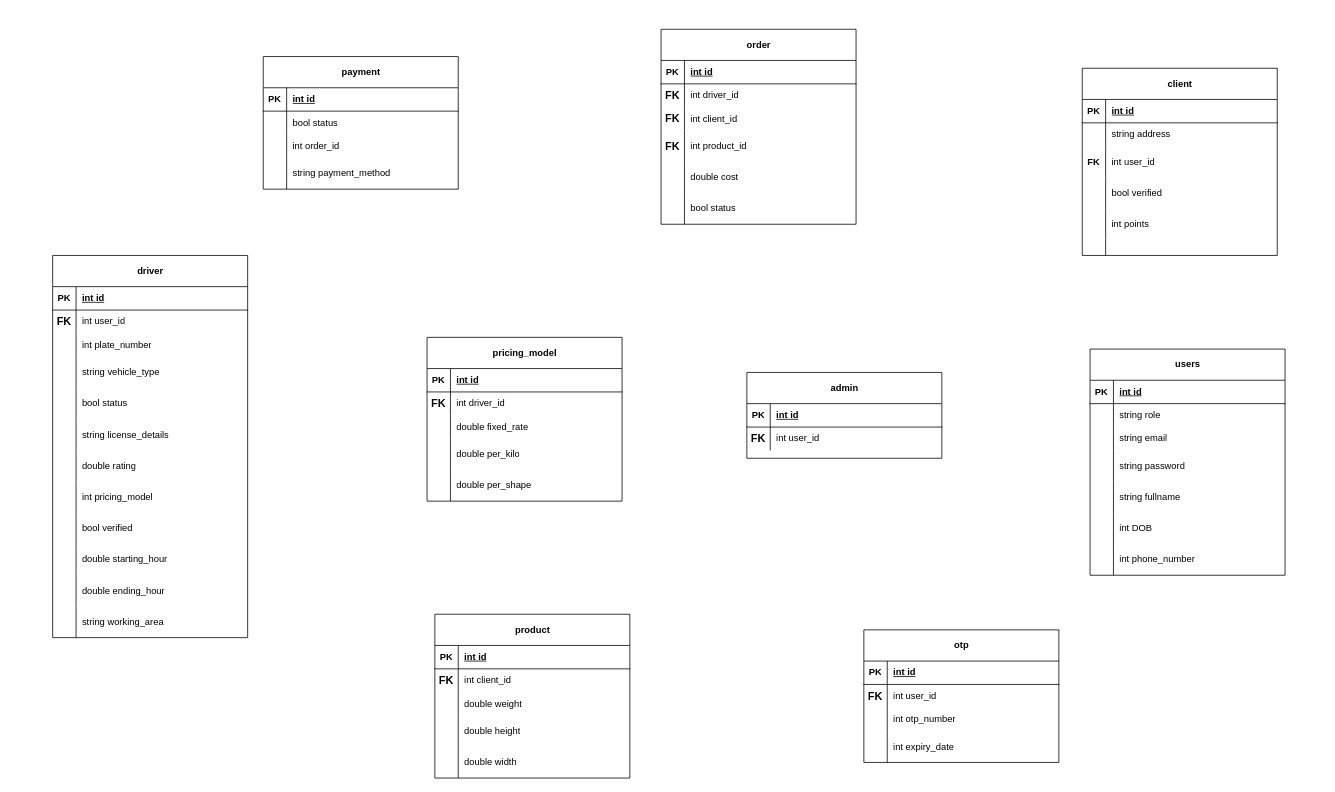
Above: delivery-web.drawio in ahmed-alarab/web-development-2 (draw.io), before the change. Source tidied: cells renumbered, new cells numbered last; positions are measured from the earlier drawing's top-left corner, leaving out a move shared by most shapes. Both pictures are drawn from the tidied source at 78%, with x=0, y=0 at pixel (52, 29).
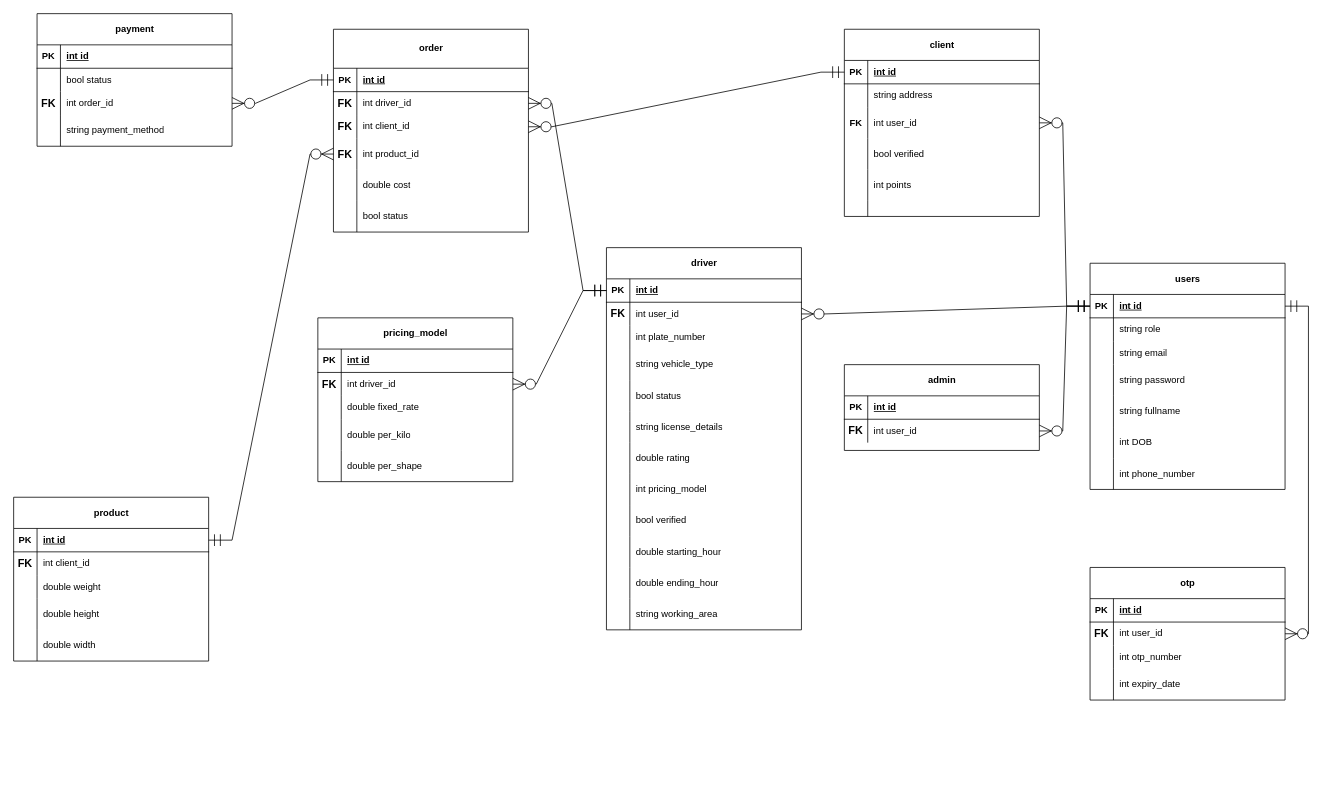
Above is the later version.

The change refers to these unchanged cells:
```xml
<mxCell id="6" style="shape=tableRow;horizontal=0;startSize=0;swimlaneHead=0;swimlaneBody=0;fillColor=none;points=[[0,0.5],[1,0.5]];portConstraint=eastwest;top=0;left=0;right=0;bottom=0;" parent="2" vertex="1">
  <mxGeometry y="70" width="250" height="30" as="geometry" />
</mxCell>
<mxCell id="25" style="shape=tableRow;horizontal=0;startSize=0;swimlaneHead=0;swimlaneBody=0;fillColor=none;points=[[0,0.5],[1,0.5]];portConstraint=eastwest;top=0;left=0;right=0;bottom=0;" parent="18" vertex="1">
  <mxGeometry y="100" width="250" height="30" as="geometry" />
</mxCell>
<mxCell id="32" style="shape=tableRow;horizontal=0;startSize=0;swimlaneHead=0;swimlaneBody=0;fillColor=none;points=[[0,0.5],[1,0.5]];portConstraint=eastwest;top=0;left=0;right=0;bottom=1;" parent="31" vertex="1">
  <mxGeometry y="40" width="250" height="30" as="geometry" />
</mxCell>
<mxCell id="38" style="shape=tableRow;horizontal=0;startSize=0;swimlaneHead=0;swimlaneBody=0;fillColor=none;points=[[0,0.5],[1,0.5]];portConstraint=eastwest;top=0;left=0;right=0;bottom=0;" parent="31" vertex="1">
  <mxGeometry y="100" width="250" height="40" as="geometry" />
</mxCell>
<mxCell id="51" style="shape=tableRow;horizontal=0;startSize=0;swimlaneHead=0;swimlaneBody=0;fillColor=none;points=[[0,0.5],[1,0.5]];portConstraint=eastwest;top=0;left=0;right=0;bottom=1;" parent="50" vertex="1">
  <mxGeometry y="40" width="250" height="30" as="geometry" />
</mxCell>
<mxCell id="54" style="shape=tableRow;horizontal=0;startSize=0;swimlaneHead=0;swimlaneBody=0;fillColor=none;points=[[0,0.5],[1,0.5]];portConstraint=eastwest;top=0;left=0;right=0;bottom=0;" parent="50" vertex="1">
  <mxGeometry y="70" width="250" height="30" as="geometry" />
</mxCell>
<mxCell id="110" style="shape=tableRow;horizontal=0;startSize=0;swimlaneHead=0;swimlaneBody=0;fillColor=none;points=[[0,0.5],[1,0.5]];portConstraint=eastwest;top=0;left=0;right=0;bottom=0;" parent="106" vertex="1">
  <mxGeometry y="70" width="250" height="30" as="geometry" />
</mxCell>
<mxCell id="114" style="shape=tableRow;horizontal=0;startSize=0;swimlaneHead=0;swimlaneBody=0;fillColor=none;points=[[0,0.5],[1,0.5]];portConstraint=eastwest;top=0;left=0;right=0;bottom=1;" parent="113" vertex="1">
  <mxGeometry y="40" width="250" height="30" as="geometry" />
</mxCell>
<mxCell id="136" style="shape=tableRow;horizontal=0;startSize=0;swimlaneHead=0;swimlaneBody=0;fillColor=none;points=[[0,0.5],[1,0.5]];portConstraint=eastwest;top=0;left=0;right=0;bottom=1;" parent="135" vertex="1">
  <mxGeometry y="40" width="250" height="30" as="geometry" />
</mxCell>
<mxCell id="155" style="shape=tableRow;horizontal=0;startSize=0;swimlaneHead=0;swimlaneBody=0;fillColor=none;points=[[0,0.5],[1,0.5]];portConstraint=eastwest;top=0;left=0;right=0;bottom=0;" parent="151" vertex="1">
  <mxGeometry y="70" width="250" height="30" as="geometry" />
</mxCell>
```

Diff of the diagram source:
```diff
@@
     <mxCell id="2" value="pricing_model" style="shape=table;startSize=40;childLayout=tableLayout;rowLines=0;fontStyle=1;align=center;html=1;" parent="1" vertex="1">
-      <mxGeometry x="480" y="395" width="250" height="210" as="geometry" />
+      <mxGeometry x="340" y="370" width="250" height="210" as="geometry" />
     </mxCell>
@@
     <mxCell id="18" value="payment" style="shape=table;startSize=40;childLayout=tableLayout;rowLines=0;fontStyle=1;align=center;html=1;" parent="1" vertex="1">
-      <mxGeometry x="270" y="35" width="250" height="170" as="geometry" />
+      <mxGeometry x="-20" y="-20" width="250" height="170" as="geometry" />
     </mxCell>
@@
-    <mxCell id="26" style="shape=partialRectangle;fillColor=none;top=0;left=0;bottom=0;right=0;overflow=hidden;whiteSpace=wrap;html=1;" parent="25" vertex="1">
+    <mxCell id="26" value="&lt;font style=&quot;font-size: 14px;&quot;&gt;&lt;b&gt;FK&lt;/b&gt;&lt;/font&gt;" style="shape=partialRectangle;fillColor=none;top=0;left=0;bottom=0;right=0;overflow=hidden;whiteSpace=wrap;html=1;" parent="25" vertex="1">
       <mxGeometry width="30" height="30" as="geometry" />
     </mxCell>
@@
     <mxCell id="31" value="client" style="shape=table;startSize=40;childLayout=tableLayout;rowLines=0;fontStyle=1;align=center;html=1;" parent="1" vertex="1">
-      <mxGeometry x="1320" y="50" width="250" height="240" as="geometry" />
+      <mxGeometry x="1015" width="250" height="240" as="geometry" />
     </mxCell>
@@
     <mxCell id="50" value="driver" style="shape=table;startSize=40;childLayout=tableLayout;rowLines=0;fontStyle=1;align=center;html=1;" parent="1" vertex="1">
-      <mxGeometry y="290" width="250" height="490" as="geometry" />
+      <mxGeometry x="710" y="280" width="250" height="490" as="geometry" />
     </mxCell>
@@
-    <mxCell id="87" value="order" style="shape=table;startSize=40;childLayout=tableLayout;rowLines=0;fontStyle=1;align=center;html=1;" parent="1" vertex="1">
-      <mxGeometry x="780" width="250" height="250" as="geometry" />
+    <mxCell id="87" value="order" style="shape=table;startSize=50;childLayout=tableLayout;rowLines=0;fontStyle=1;align=center;html=1;" parent="1" vertex="1">
+      <mxGeometry x="360" width="250" height="260" as="geometry" />
     </mxCell>
     <mxCell id="88" style="shape=tableRow;horizontal=0;startSize=0;swimlaneHead=0;swimlaneBody=0;fillColor=none;points=[[0,0.5],[1,0.5]];portConstraint=eastwest;top=0;left=0;right=0;bottom=1;" parent="87" vertex="1">
-      <mxGeometry y="40" width="250" height="30" as="geometry" />
+      <mxGeometry y="50" width="250" height="30" as="geometry" />
     </mxCell>
@@
     <mxCell id="91" style="shape=tableRow;horizontal=0;startSize=0;swimlaneHead=0;swimlaneBody=0;fillColor=none;points=[[0,0.5],[1,0.5]];portConstraint=eastwest;top=0;left=0;right=0;bottom=0;" parent="87" vertex="1">
-      <mxGeometry y="70" width="250" height="30" as="geometry" />
+      <mxGeometry y="80" width="250" height="30" as="geometry" />
     </mxCell>
@@
     <mxCell id="94" style="shape=tableRow;horizontal=0;startSize=0;swimlaneHead=0;swimlaneBody=0;fillColor=none;points=[[0,0.5],[1,0.5]];portConstraint=eastwest;top=0;left=0;right=0;bottom=0;" parent="87" vertex="1">
-      <mxGeometry y="100" width="250" height="30" as="geometry" />
+      <mxGeometry y="110" width="250" height="30" as="geometry" />
     </mxCell>
@@
     <mxCell id="97" style="shape=tableRow;horizontal=0;startSize=0;swimlaneHead=0;swimlaneBody=0;fillColor=none;points=[[0,0.5],[1,0.5]];portConstraint=eastwest;top=0;left=0;right=0;bottom=0;" parent="87" vertex="1">
-      <mxGeometry y="130" width="250" height="40" as="geometry" />
+      <mxGeometry y="140" width="250" height="40" as="geometry" />
     </mxCell>
@@
     <mxCell id="100" style="shape=tableRow;horizontal=0;startSize=0;swimlaneHead=0;swimlaneBody=0;fillColor=none;top=0;left=0;right=0;bottom=0;" parent="87" vertex="1">
-      <mxGeometry y="170" width="250" height="40" as="geometry" />
+      <mxGeometry y="180" width="250" height="40" as="geometry" />
     </mxCell>
@@
     <mxCell id="103" style="shape=tableRow;horizontal=0;startSize=0;swimlaneHead=0;swimlaneBody=0;fillColor=none;top=0;left=0;right=0;bottom=0;" parent="87" vertex="1">
-      <mxGeometry y="210" width="250" height="40" as="geometry" />
+      <mxGeometry y="220" width="250" height="40" as="geometry" />
     </mxCell>
@@
     <mxCell id="106" value="admin" style="shape=table;startSize=40;childLayout=tableLayout;rowLines=0;fontStyle=1;align=center;html=1;" parent="1" vertex="1">
-      <mxGeometry x="890" y="440" width="250" height="110" as="geometry" />
+      <mxGeometry x="1015" y="430" width="250" height="110" as="geometry" />
     </mxCell>
@@
     <mxCell id="113" value="users" style="shape=table;startSize=40;childLayout=tableLayout;rowLines=0;fontStyle=1;align=center;html=1;" parent="1" vertex="1">
-      <mxGeometry x="1330" y="410" width="250" height="290" as="geometry" />
+      <mxGeometry x="1330" y="300" width="250" height="290" as="geometry" />
     </mxCell>
@@
     <mxCell id="135" value="product" style="shape=table;startSize=40;childLayout=tableLayout;rowLines=0;fontStyle=1;align=center;html=1;" parent="1" vertex="1">
-      <mxGeometry x="490" y="750" width="250" height="210" as="geometry" />
+      <mxGeometry x="-50" y="600" width="250" height="210" as="geometry" />
     </mxCell>
@@
     <mxCell id="151" value="otp" style="shape=table;startSize=40;childLayout=tableLayout;rowLines=0;fontStyle=1;align=center;html=1;" parent="1" vertex="1">
-      <mxGeometry x="1040" y="770" width="250" height="170" as="geometry" />
+      <mxGeometry x="1330" y="690" width="250" height="170" as="geometry" />
     </mxCell>
@@
+    <mxCell id="164" style="edgeStyle=entityRelationEdgeStyle;fontSize=12;html=1;endArrow=ERzeroToMany;startArrow=ERmandOne;rounded=0;endSize=13;startSize=13;" parent="1" edge="1" source="114" target="38">
+      <mxGeometry relative="1" as="geometry">
+        <Array as="points">
+          <mxPoint x="1470" y="140" />
+        </Array>
+      </mxGeometry>
+    </mxCell>
+    <mxCell id="165" style="edgeStyle=entityRelationEdgeStyle;fontSize=12;html=1;endArrow=ERzeroToMany;startArrow=ERmandOne;rounded=0;endSize=13;startSize=13;" parent="1" edge="1" source="114" target="54">
+      <mxGeometry relative="1" as="geometry">
+        <Array as="points">
+          <mxPoint x="1070" y="90" />
+        </Array>
+      </mxGeometry>
+    </mxCell>
+    <mxCell id="166" style="edgeStyle=entityRelationEdgeStyle;fontSize=12;html=1;endArrow=ERzeroToMany;startArrow=ERmandOne;rounded=0;endSize=13;startSize=13;" parent="1" edge="1" source="114" target="110">
+      <mxGeometry relative="1" as="geometry">
+        <Array as="points">
+          <mxPoint x="1070" y="190" />
+        </Array>
+      </mxGeometry>
+    </mxCell>
+    <mxCell id="167" style="edgeStyle=entityRelationEdgeStyle;fontSize=12;html=1;endArrow=ERzeroToMany;startArrow=ERmandOne;rounded=0;endSize=13;startSize=13;" parent="1" edge="1" source="51" target="91">
+      <mxGeometry relative="1" as="geometry">
+        <Array as="points">
+          <mxPoint x="1110" y="5" />
+        </Array>
+      </mxGeometry>
+    </mxCell>
+    <mxCell id="168" style="edgeStyle=entityRelationEdgeStyle;fontSize=12;html=1;endArrow=ERzeroToMany;startArrow=ERmandOne;rounded=0;endSize=13;startSize=13;" parent="1" edge="1" source="32" target="94">
+      <mxGeometry relative="1" as="geometry">
+        <Array as="points">
+          <mxPoint x="1550" y="170" />
+        </Array>
+      </mxGeometry>
+    </mxCell>
+    <mxCell id="169" style="edgeStyle=entityRelationEdgeStyle;fontSize=12;html=1;endArrow=ERzeroToMany;startArrow=ERmandOne;rounded=0;endSize=13;startSize=13;" parent="1" edge="1" source="136" target="97">
+      <mxGeometry relative="1" as="geometry">
+        <Array as="points">
+          <mxPoint x="1010" y="375" />
+        </Array>
+      </mxGeometry>
+    </mxCell>
+    <mxCell id="170" style="edgeStyle=entityRelationEdgeStyle;fontSize=12;html=1;endArrow=ERzeroToMany;startArrow=ERmandOne;rounded=0;endSize=13;startSize=13;" parent="1" edge="1" source="51" target="6">
+      <mxGeometry relative="1" as="geometry">
+        <Array as="points">
+          <mxPoint x="1055" y="800" />
+          <mxPoint x="735" y="735" />
+          <mxPoint x="385" y="800" />
+        </Array>
+      </mxGeometry>
+    </mxCell>
+    <mxCell id="171" style="edgeStyle=entityRelationEdgeStyle;fontSize=12;html=1;endArrow=ERzeroToMany;startArrow=ERmandOne;rounded=0;endSize=13;startSize=13;" parent="1" edge="1" source="114" target="155">
+      <mxGeometry relative="1" as="geometry">
+        <Array as="points">
+          <mxPoint x="975" y="335" />
+        </Array>
+      </mxGeometry>
+    </mxCell>
+    <mxCell id="172" style="edgeStyle=entityRelationEdgeStyle;fontSize=12;html=1;endArrow=ERzeroToMany;startArrow=ERmandOne;rounded=0;endSize=13;startSize=13;" parent="1" edge="1" source="88" target="25">
+      <mxGeometry relative="1" as="geometry">
+        <Array as="points">
+          <mxPoint x="1275" />
+        </Array>
+      </mxGeometry>
+    </mxCell>
```
